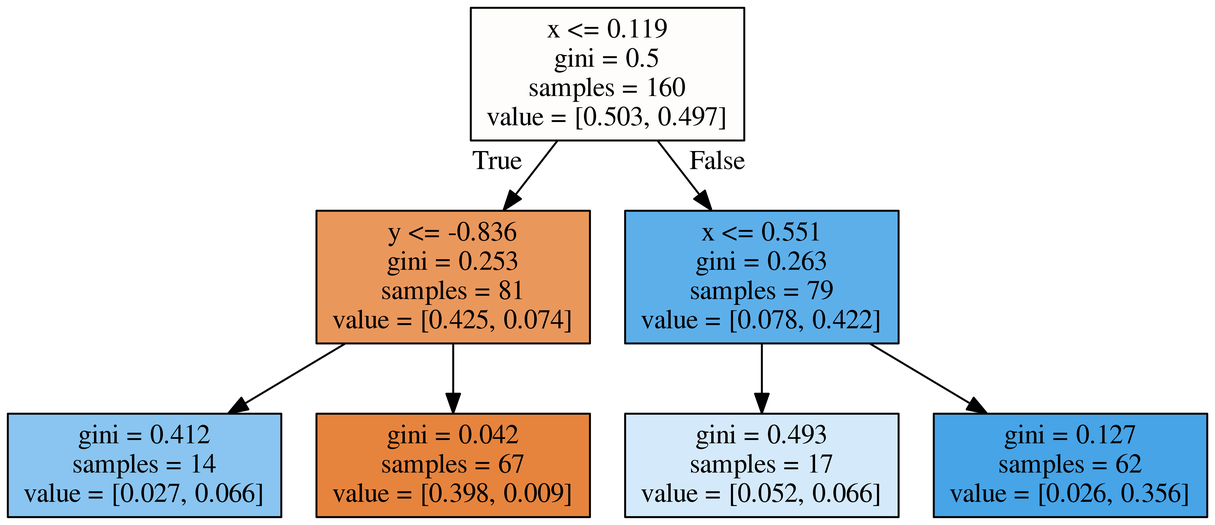
This is BDT/bdt_dt1.png from denglert/machine-learning-sandbox, a Graphviz export, as it was before one commit. Its source is kept beside it as BDT/bdt_dt1.dot.
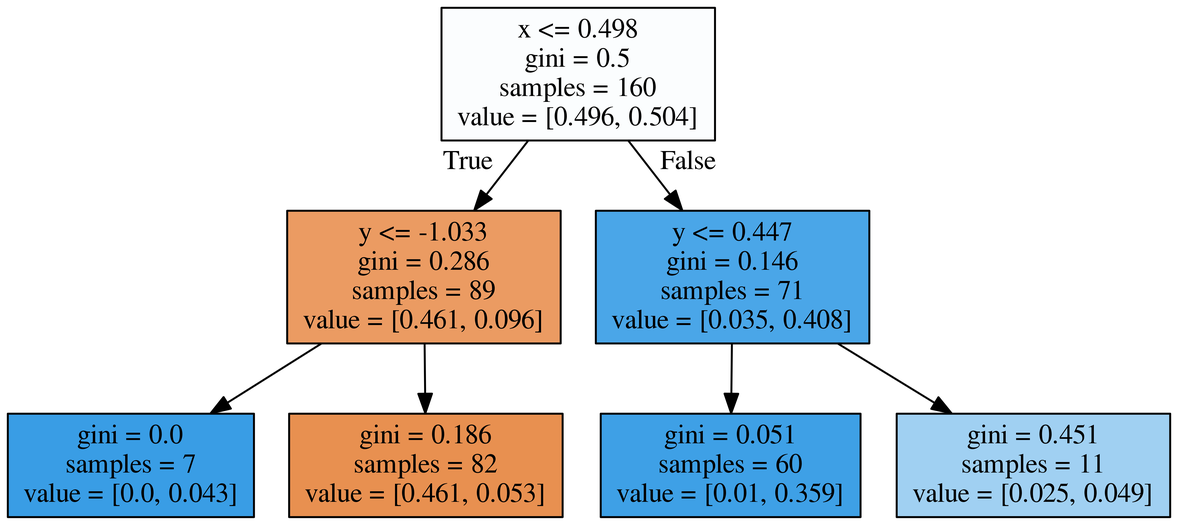
The same file after the commit.

The edit, as a diff of the source:
```diff
@@ -1,16 +1,16 @@
 digraph Tree {
 node [shape=box, style="filled", color="black"] ;
-0 [label="x <= 0.119\ngini = 0.5\nsamples = 160\nvalue = [0.503, 0.497]", fillcolor="#e5813903"] ;
-1 [label="y <= -0.836\ngini = 0.253\nsamples = 81\nvalue = [0.425, 0.074]", fillcolor="#e58139d2"] ;
+0 [label="x <= 0.498\ngini = 0.5\nsamples = 160\nvalue = [0.496, 0.504]", fillcolor="#399de504"] ;
+1 [label="y <= -1.033\ngini = 0.286\nsamples = 89\nvalue = [0.461, 0.096]", fillcolor="#e58139ca"] ;
 0 -> 1 [labeldistance=2.5, labelangle=45, headlabel="True"] ;
-2 [label="gini = 0.412\nsamples = 14\nvalue = [0.027, 0.066]", fillcolor="#399de597"] ;
+2 [label="gini = 0.0\nsamples = 7\nvalue = [0.0, 0.043]", fillcolor="#399de5ff"] ;
 1 -> 2 ;
-3 [label="gini = 0.042\nsamples = 67\nvalue = [0.398, 0.009]", fillcolor="#e58139f9"] ;
+3 [label="gini = 0.186\nsamples = 82\nvalue = [0.461, 0.053]", fillcolor="#e58139e1"] ;
 1 -> 3 ;
-4 [label="x <= 0.551\ngini = 0.263\nsamples = 79\nvalue = [0.078, 0.422]", fillcolor="#399de5d0"] ;
+4 [label="y <= 0.447\ngini = 0.146\nsamples = 71\nvalue = [0.035, 0.408]", fillcolor="#399de5e9"] ;
 0 -> 4 [labeldistance=2.5, labelangle=-45, headlabel="False"] ;
-5 [label="gini = 0.493\nsamples = 17\nvalue = [0.052, 0.066]", fillcolor="#399de537"] ;
+5 [label="gini = 0.051\nsamples = 60\nvalue = [0.01, 0.359]", fillcolor="#399de5f8"] ;
 4 -> 5 ;
-6 [label="gini = 0.127\nsamples = 62\nvalue = [0.026, 0.356]", fillcolor="#399de5ec"] ;
+6 [label="gini = 0.451\nsamples = 11\nvalue = [0.025, 0.049]", fillcolor="#399de57a"] ;
 4 -> 6 ;
 }
```
